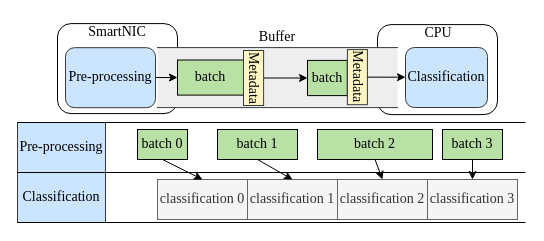
Above: page "第 4 页" (4 of 9) of Bakery 的副本.drawio in CHRIS123540/CHRIS123540 (draw.io), before the change. Source tidied: cells renumbered, new cells numbered last; positions are measured from the earlier drawing's top-left corner, leaving out a move shared by most shapes. Both pictures are drawn from the tidied source at 100%, with x=0, y=0 at pixel (17, 17).
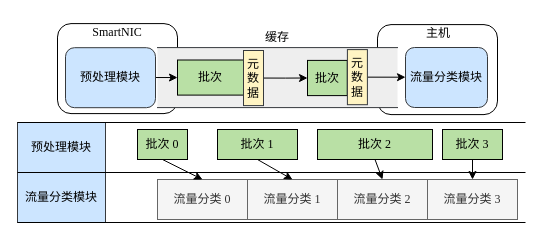
After the change.

Diff of the diagram source:
```diff
@@
-    <mxCell id="2" style="rounded=1;whiteSpace=wrap;html=1;fontFamily=Times New Roman;fontSize=14;verticalAlign=top;labelPosition=center;verticalLabelPosition=bottom;align=center;" parent="1" vertex="1">
+    <mxCell id="2" style="rounded=1;whiteSpace=wrap;html=1;fontFamily=Times New Roman;fontSize=12;verticalAlign=top;labelPosition=center;verticalLabelPosition=bottom;align=center;" parent="1" vertex="1">
       <mxGeometry x="40" y="6.1" width="120" height="90" as="geometry" />
     </mxCell>
-    <mxCell id="3" style="rounded=1;whiteSpace=wrap;html=1;fontFamily=Times New Roman;fontSize=14;labelPosition=center;verticalLabelPosition=bottom;align=center;verticalAlign=top;" parent="1" vertex="1">
+    <mxCell id="3" style="rounded=1;whiteSpace=wrap;html=1;fontFamily=Times New Roman;fontSize=12;labelPosition=center;verticalLabelPosition=bottom;align=center;verticalAlign=top;" parent="1" vertex="1">
       <mxGeometry x="360" y="7.1" width="120" height="90" as="geometry" />
     </mxCell>
-    <mxCell id="4" style="shape=partialRectangle;whiteSpace=wrap;html=1;left=0;right=0;verticalAlign=top;labelPosition=center;verticalLabelPosition=bottom;align=center;fontFamily=Times New Roman;fontSize=14;fillColor=#eeeeee;strokeColor=#36393d;" parent="1" vertex="1">
+    <mxCell id="4" style="shape=partialRectangle;whiteSpace=wrap;html=1;left=0;right=0;verticalAlign=top;labelPosition=center;verticalLabelPosition=bottom;align=center;fontFamily=Times New Roman;fontSize=12;fillColor=#eeeeee;strokeColor=#36393d;" parent="1" vertex="1">
       <mxGeometry x="140" y="30.1" width="240" height="60" as="geometry" />
     </mxCell>
-    <mxCell id="5" value="batch" style="rounded=0;whiteSpace=wrap;html=1;fontFamily=Times New Roman;fontSize=14;fillColor=#B9E0A5;strokeColor=light-dark(#000000,#5C79A3);" parent="1" vertex="1">
+    <mxCell id="5" value="批次" style="rounded=0;whiteSpace=wrap;html=1;fontFamily=Times New Roman;fontSize=12;fillColor=#B9E0A5;strokeColor=light-dark(#000000,#5C79A3);" parent="1" vertex="1">
       <mxGeometry x="290" y="42.9" width="39.8" height="35.2" as="geometry" />
     </mxCell>
+    <mxCell id="13" style="edgeStyle=orthogonalEdgeStyle;rounded=0;jettySize=auto;html=1;exitX=1;exitY=0.5;exitDx=0;exitDy=0;entryX=0;entryY=0.5;entryDx=0;entryDy=0;" parent="1" edge="1" source="6" target="12">
+      <mxGeometry relative="1" as="geometry" />
+    </mxCell>
-    <mxCell id="6" value="Metadata" style="rounded=0;whiteSpace=wrap;html=1;horizontal=0;rotation=-180;fontSize=14;fontFamily=Times New Roman;fillColor=#FFF4C3;strokeColor=#36393d;" parent="1" vertex="1">
+    <mxCell id="6" value="元数据" style="rounded=0;whiteSpace=wrap;html=1;horizontal=1;rotation=0;fontSize=12;fontFamily=Times New Roman;fillColor=#FFF4C3;strokeColor=#36393d;" parent="1" vertex="1">
       <mxGeometry x="329.9" y="32.1" width="20" height="55.1" as="geometry" />
     </mxCell>
-    <mxCell id="7" value="batch" style="rounded=0;whiteSpace=wrap;html=1;fontFamily=Times New Roman;fontSize=14;fillColor=#B9E0A5;strokeColor=light-dark(#000000,#5C79A3);" parent="1" vertex="1">
+    <mxCell id="7" value="批次" style="rounded=0;whiteSpace=wrap;html=1;fontFamily=Times New Roman;fontSize=12;fillColor=#B9E0A5;strokeColor=light-dark(#000000,#5C79A3);" parent="1" vertex="1">
       <mxGeometry x="160" y="42.5" width="66" height="35.1" as="geometry" />
     </mxCell>
-    <mxCell id="8" style="edgeStyle=orthogonalEdgeStyle;rounded=0;jettySize=auto;html=1;exitX=0;exitY=0.5;exitDx=0;exitDy=0;entryX=0;entryY=0.5;entryDx=0;entryDy=0;fontFamily=Times New Roman;fontSize=14;strokeColor=light-dark(#000000,#5C79A3);" parent="1" edge="1" source="9" target="5">
-      <mxGeometry relative="1" as="geometry" />
-    </mxCell>
-    <mxCell id="9" value="Metadata" style="rounded=0;whiteSpace=wrap;html=1;horizontal=0;rotation=-180;fontSize=14;fontFamily=Times New Roman;fillColor=#FFF4C3;strokeColor=#36393d;" parent="1" vertex="1">
-      <mxGeometry x="226" y="33" width="20.1" height="55" as="geometry" />
-    </mxCell>
-    <mxCell id="10" style="rounded=0;jettySize=auto;html=1;exitX=1;exitY=0.497;exitDx=0;exitDy=0;fontFamily=Times New Roman;fontSize=14;strokeColor=light-dark(#000000,#5C79A3);exitPerimeter=0;entryX=0;entryY=0.5;entryDx=0;entryDy=0;" parent="1" edge="1" source="11" target="7">
+    <mxCell id="10" style="rounded=0;jettySize=auto;html=1;exitX=1;exitY=0.497;exitDx=0;exitDy=0;fontFamily=Times New Roman;fontSize=12;strokeColor=light-dark(#000000,#5C79A3);exitPerimeter=0;entryX=0;entryY=0.5;entryDx=0;entryDy=0;" parent="1" edge="1" source="11" target="7">
       <mxGeometry relative="1" as="geometry" />
     </mxCell>
-    <mxCell id="11" value="Pre-processing" style="rounded=1;whiteSpace=wrap;html=1;fillColor=#cce5ff;strokeColor=#36393d;fontFamily=Times New Roman;fontSize=14;" parent="1" vertex="1">
+    <mxCell id="11" value="预处理模块" style="rounded=1;whiteSpace=wrap;html=1;fillColor=#cce5ff;strokeColor=#36393d;fontFamily=Times New Roman;fontSize=12;" parent="1" vertex="1">
       <mxGeometry x="48" y="30.2" width="90" height="60" as="geometry" />
     </mxCell>
-    <mxCell id="12" value="Classification" style="rounded=1;whiteSpace=wrap;html=1;fillColor=#cce5ff;strokeColor=#36393d;fontFamily=Times New Roman;fontSize=14;" parent="1" vertex="1">
+    <mxCell id="12" value="流量分类模块" style="rounded=1;whiteSpace=wrap;html=1;fillColor=#cce5ff;strokeColor=#36393d;fontFamily=Times New Roman;fontSize=12;" parent="1" vertex="1">
       <mxGeometry x="388" y="30" width="82" height="60" as="geometry" />
     </mxCell>
-    <mxCell id="13" style="edgeStyle=orthogonalEdgeStyle;rounded=0;jettySize=auto;html=1;exitX=0;exitY=0.5;exitDx=0;exitDy=0;entryX=0;entryY=0.5;entryDx=0;entryDy=0;fontFamily=Times New Roman;fontSize=14;" parent="1" edge="1" source="6" target="12">
-      <mxGeometry relative="1" as="geometry" />
-    </mxCell>
-    <mxCell id="14" value="Pre-processing" style="rounded=0;whiteSpace=wrap;html=1;fillColor=#cce5ff;strokeColor=#36393d;fontFamily=Times New Roman;fontSize=14;" parent="1" vertex="1">
+    <mxCell id="14" value="预处理模块" style="rounded=0;whiteSpace=wrap;html=1;fillColor=#cce5ff;strokeColor=#36393d;fontFamily=Times New Roman;fontSize=12;" parent="1" vertex="1">
       <mxGeometry y="105" width="88" height="50" as="geometry" />
     </mxCell>
-    <mxCell id="15" value="Classification" style="rounded=0;whiteSpace=wrap;html=1;fillColor=#cce5ff;strokeColor=#36393d;fontFamily=Times New Roman;fontSize=14;" parent="1" vertex="1">
+    <mxCell id="15" value="流量分类模块" style="rounded=0;whiteSpace=wrap;html=1;fillColor=#cce5ff;strokeColor=#36393d;fontFamily=Times New Roman;fontSize=12;" parent="1" vertex="1">
       <mxGeometry y="155" width="88" height="50" as="geometry" />
     </mxCell>
-    <mxCell id="16" value="batch 0" style="rounded=0;whiteSpace=wrap;html=1;fontFamily=Times New Roman;fontSize=14;fillColor=#B9E0A5;strokeColor=light-dark(#000000,#5C79A3);" parent="1" vertex="1">
+    <mxCell id="16" value="批次 0" style="rounded=0;whiteSpace=wrap;html=1;fontFamily=Times New Roman;fontSize=12;fillColor=#B9E0A5;strokeColor=light-dark(#000000,#5C79A3);" parent="1" vertex="1">
       <mxGeometry x="120" y="112" width="50" height="30" as="geometry" />
     </mxCell>
-    <mxCell id="17" value="batch 1" style="rounded=0;whiteSpace=wrap;html=1;fontFamily=Times New Roman;fontSize=14;fillColor=#B9E0A5;strokeColor=light-dark(#000000,#5C79A3);" parent="1" vertex="1">
+    <mxCell id="17" value="批次 1" style="rounded=0;whiteSpace=wrap;html=1;fontFamily=Times New Roman;fontSize=12;fillColor=#B9E0A5;strokeColor=light-dark(#000000,#5C79A3);" parent="1" vertex="1">
       <mxGeometry x="200" y="112" width="80" height="30" as="geometry" />
     </mxCell>
-    <mxCell id="18" value="batch 2" style="rounded=0;whiteSpace=wrap;html=1;fontFamily=Times New Roman;fontSize=14;fillColor=#B9E0A5;strokeColor=light-dark(#000000,#5C79A3);" parent="1" vertex="1">
+    <mxCell id="18" value="批次 2" style="rounded=0;whiteSpace=wrap;html=1;fontFamily=Times New Roman;fontSize=12;fillColor=#B9E0A5;strokeColor=light-dark(#000000,#5C79A3);" parent="1" vertex="1">
       <mxGeometry x="300" y="112" width="115" height="30" as="geometry" />
     </mxCell>
-    <mxCell id="19" value="batch 3" style="rounded=0;whiteSpace=wrap;html=1;fontFamily=Times New Roman;fontSize=14;fillColor=#B9E0A5;strokeColor=light-dark(#000000,#5C79A3);" parent="1" vertex="1">
+    <mxCell id="19" value="批次 3" style="rounded=0;whiteSpace=wrap;html=1;fontFamily=Times New Roman;fontSize=12;fillColor=#B9E0A5;strokeColor=light-dark(#000000,#5C79A3);" parent="1" vertex="1">
       <mxGeometry x="425" y="112" width="60" height="30" as="geometry" />
     </mxCell>
-    <mxCell id="20" value="classification 0" style="rounded=0;whiteSpace=wrap;html=1;fontFamily=Times New Roman;fontSize=14;fillColor=#f5f5f5;strokeColor=#666666;fontColor=#333333;" parent="1" vertex="1">
+    <mxCell id="20" value="流量分类 0" style="rounded=0;whiteSpace=wrap;html=1;fontFamily=Times New Roman;fontSize=12;fillColor=#f5f5f5;strokeColor=#666666;fontColor=#333333;" parent="1" vertex="1">
       <mxGeometry x="140" y="162" width="90" height="40" as="geometry" />
     </mxCell>
-    <mxCell id="21" value="classification 1" style="rounded=0;whiteSpace=wrap;html=1;fontFamily=Times New Roman;fontSize=14;fillColor=#f5f5f5;strokeColor=#666666;fontColor=#333333;" parent="1" vertex="1">
+    <mxCell id="21" value="流量分类 1" style="rounded=0;whiteSpace=wrap;html=1;fontFamily=Times New Roman;fontSize=12;fillColor=#f5f5f5;strokeColor=#666666;fontColor=#333333;" parent="1" vertex="1">
       <mxGeometry x="230" y="162" width="90" height="40" as="geometry" />
     </mxCell>
-    <mxCell id="22" value="classification 2" style="rounded=0;whiteSpace=wrap;html=1;fontFamily=Times New Roman;fontSize=14;fillColor=#f5f5f5;strokeColor=#666666;fontColor=#333333;" parent="1" vertex="1">
+    <mxCell id="22" value="流量分类 2" style="rounded=0;whiteSpace=wrap;html=1;fontFamily=Times New Roman;fontSize=12;fillColor=#f5f5f5;strokeColor=#666666;fontColor=#333333;" parent="1" vertex="1">
       <mxGeometry x="320" y="162" width="90" height="40" as="geometry" />
     </mxCell>
-    <mxCell id="23" value="classification 3" style="rounded=0;whiteSpace=wrap;html=1;fontFamily=Times New Roman;fontSize=14;fillColor=#f5f5f5;strokeColor=#666666;fontColor=#333333;" parent="1" vertex="1">
+    <mxCell id="23" value="流量分类 3" style="rounded=0;whiteSpace=wrap;html=1;fontFamily=Times New Roman;fontSize=12;fillColor=#f5f5f5;strokeColor=#666666;fontColor=#333333;" parent="1" vertex="1">
       <mxGeometry x="410" y="162" width="90" height="40" as="geometry" />
     </mxCell>
-    <mxCell id="24" style="endArrow=classic;html=1;rounded=0;exitX=0.5;exitY=1;exitDx=0;exitDy=0;entryX=0.5;entryY=0;entryDx=0;entryDy=0;fontFamily=Times New Roman;fontSize=14;" parent="1" edge="1" source="16" target="20">
+    <mxCell id="24" style="endArrow=classic;html=1;rounded=0;exitX=0.5;exitY=1;exitDx=0;exitDy=0;entryX=0.5;entryY=0;entryDx=0;entryDy=0;fontFamily=Times New Roman;fontSize=12;" parent="1" edge="1" source="16" target="20">
       <mxGeometry relative="1" as="geometry" />
     </mxCell>
-    <mxCell id="25" style="endArrow=classic;html=1;rounded=0;exitX=0.5;exitY=1;exitDx=0;exitDy=0;entryX=0.5;entryY=0;entryDx=0;entryDy=0;fontFamily=Times New Roman;fontSize=14;" parent="1" edge="1" source="17" target="21">
+    <mxCell id="25" style="endArrow=classic;html=1;rounded=0;exitX=0.5;exitY=1;exitDx=0;exitDy=0;entryX=0.5;entryY=0;entryDx=0;entryDy=0;fontFamily=Times New Roman;fontSize=12;" parent="1" edge="1" source="17" target="21">
       <mxGeometry relative="1" as="geometry" />
     </mxCell>
-    <mxCell id="26" style="endArrow=classic;html=1;rounded=0;exitX=0.5;exitY=1;exitDx=0;exitDy=0;entryX=0.5;entryY=0;entryDx=0;entryDy=0;fontFamily=Times New Roman;fontSize=14;" parent="1" edge="1" source="18" target="22">
+    <mxCell id="26" style="endArrow=classic;html=1;rounded=0;exitX=0.5;exitY=1;exitDx=0;exitDy=0;entryX=0.5;entryY=0;entryDx=0;entryDy=0;fontFamily=Times New Roman;fontSize=12;" parent="1" edge="1" source="18" target="22">
       <mxGeometry relative="1" as="geometry" />
     </mxCell>
-    <mxCell id="27" style="endArrow=classic;html=1;rounded=0;exitX=0.5;exitY=1;exitDx=0;exitDy=0;entryX=0.5;entryY=0;entryDx=0;entryDy=0;fontFamily=Times New Roman;fontSize=14;" parent="1" edge="1" source="19" target="23">
+    <mxCell id="27" style="endArrow=classic;html=1;rounded=0;exitX=0.5;exitY=1;exitDx=0;exitDy=0;entryX=0.5;entryY=0;entryDx=0;entryDy=0;fontFamily=Times New Roman;fontSize=12;" parent="1" edge="1" source="19" target="23">
       <mxGeometry relative="1" as="geometry" />
     </mxCell>
-    <mxCell id="28" style="endArrow=none;html=1;rounded=0;fontFamily=Times New Roman;fontSize=14;" parent="1" edge="1">
+    <mxCell id="28" style="endArrow=none;html=1;rounded=0;fontFamily=Times New Roman;fontSize=12;" parent="1" edge="1">
       <mxGeometry relative="1" as="geometry">
         <mxPoint y="155" as="sourcePoint" />
         <mxPoint x="508" y="155" as="targetPoint" />
       </mxGeometry>
     </mxCell>
-    <mxCell id="29" style="endArrow=none;html=1;rounded=0;fontFamily=Times New Roman;fontSize=14;" parent="1" edge="1">
+    <mxCell id="29" style="endArrow=none;html=1;rounded=0;fontFamily=Times New Roman;fontSize=12;" parent="1" edge="1">
       <mxGeometry relative="1" as="geometry">
         <mxPoint y="105" as="sourcePoint" />
         <mxPoint x="508" y="105" as="targetPoint" />
       </mxGeometry>
     </mxCell>
-    <mxCell id="30" style="endArrow=none;html=1;rounded=0;fontFamily=Times New Roman;fontSize=14;" parent="1" edge="1">
+    <mxCell id="30" style="endArrow=none;html=1;rounded=0;fontFamily=Times New Roman;fontSize=12;" parent="1" edge="1">
       <mxGeometry relative="1" as="geometry">
         <mxPoint y="205" as="sourcePoint" />
         <mxPoint x="508" y="205" as="targetPoint" />
       </mxGeometry>
     </mxCell>
-    <mxCell id="31" value="SmartNIC" style="text;html=1;align=center;verticalAlign=middle;whiteSpace=wrap;rounded=0;fontFamily=Times New Roman;fontSize=14;" parent="1" vertex="1">
+    <mxCell id="31" value="SmartNIC" style="text;html=1;align=center;verticalAlign=middle;whiteSpace=wrap;rounded=0;fontFamily=Times New Roman;fontSize=12;" parent="1" vertex="1">
       <mxGeometry x="70" width="60" height="30" as="geometry" />
     </mxCell>
-    <mxCell id="32" value="CPU" style="text;html=1;align=center;verticalAlign=middle;whiteSpace=wrap;rounded=0;fontFamily=Times New Roman;fontSize=14;" parent="1" vertex="1">
+    <mxCell id="32" value="主机" style="text;html=1;align=center;verticalAlign=middle;whiteSpace=wrap;rounded=0;fontFamily=Times New Roman;fontSize=12;" parent="1" vertex="1">
       <mxGeometry x="391" y="1.2" width="60" height="30" as="geometry" />
     </mxCell>
-    <mxCell id="33" value="Buffer" style="text;html=1;align=center;verticalAlign=middle;whiteSpace=wrap;rounded=0;fontFamily=Times New Roman;fontSize=14;" parent="1" vertex="1">
+    <mxCell id="33" value="缓存" style="text;html=1;align=center;verticalAlign=middle;whiteSpace=wrap;rounded=0;fontFamily=Times New Roman;fontSize=12;" parent="1" vertex="1">
       <mxGeometry x="230" y="5" width="60" height="30" as="geometry" />
     </mxCell>
+    <mxCell id="34" style="edgeStyle=orthogonalEdgeStyle;rounded=0;jettySize=auto;html=1;exitX=1;exitY=0.5;exitDx=0;exitDy=0;entryX=0;entryY=0.5;entryDx=0;entryDy=0;" parent="1" edge="1" source="35" target="5">
+      <mxGeometry relative="1" as="geometry" />
+    </mxCell>
+    <mxCell id="35" value="元数据" style="rounded=0;whiteSpace=wrap;html=1;horizontal=1;rotation=0;fontSize=12;fontFamily=Times New Roman;fillColor=#FFF4C3;strokeColor=#36393d;" parent="1" vertex="1">
+      <mxGeometry x="226" y="33" width="20" height="55.1" as="geometry" />
+    </mxCell>
```
